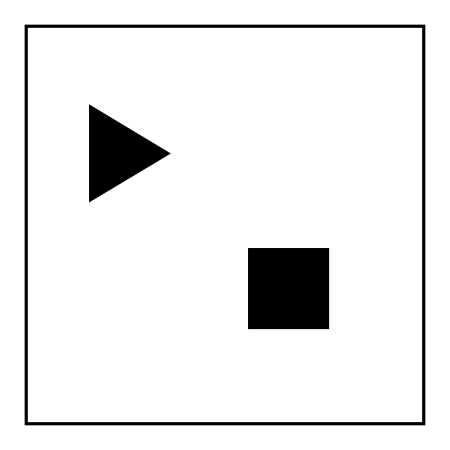
This is data/real_ex3.drawio from samialperen/boustrophedon_cellular_decomposition, a draw.io file, before an edit. Source tidied: cells renumbered, new cells numbered last; positions are measured from the earlier drawing's top-left corner, leaving out a move shared by most shapes. Both pictures are drawn from the tidied source at 159%, with x=0, y=0 at pixel (25, 25).
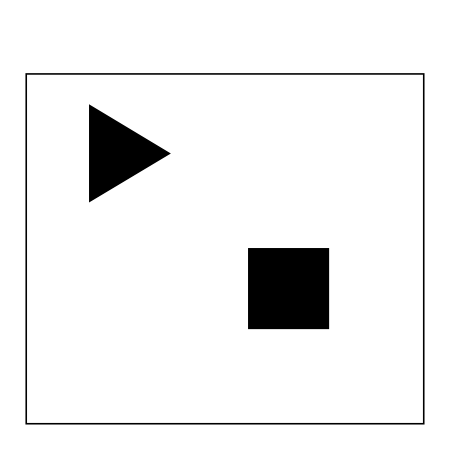
After the change.

Diff of the diagram source:
```diff
@@
 <mxGraphModel>
   <root>
     <mxCell id="0" />
     <mxCell id="1" parent="0" />
-    <mxCell id="2" style="rounded=0;whiteSpace=wrap;html=1;strokeWidth=2;strokeColor=#000000;" parent="1" vertex="1">
-      <mxGeometry width="250" height="250" as="geometry" />
+    <mxCell id="2" style="rounded=0;whiteSpace=wrap;html=1;strokeWidth=1;strokeColor=#000000;" parent="1" vertex="1">
+      <mxGeometry y="30" width="250" height="220" as="geometry" />
     </mxCell>
     <mxCell id="3" style="whiteSpace=wrap;html=1;fillColor=#000000;" parent="1" vertex="1">
       <mxGeometry x="140" y="140" width="50" height="50" as="geometry" />
     </mxCell>
     <mxCell id="4" style="triangle;whiteSpace=wrap;html=1;fillColor=#000000;" parent="1" vertex="1">
       <mxGeometry x="40" y="50" width="50" height="60" as="geometry" />
     </mxCell>
   </root>
 </mxGraphModel>
```
